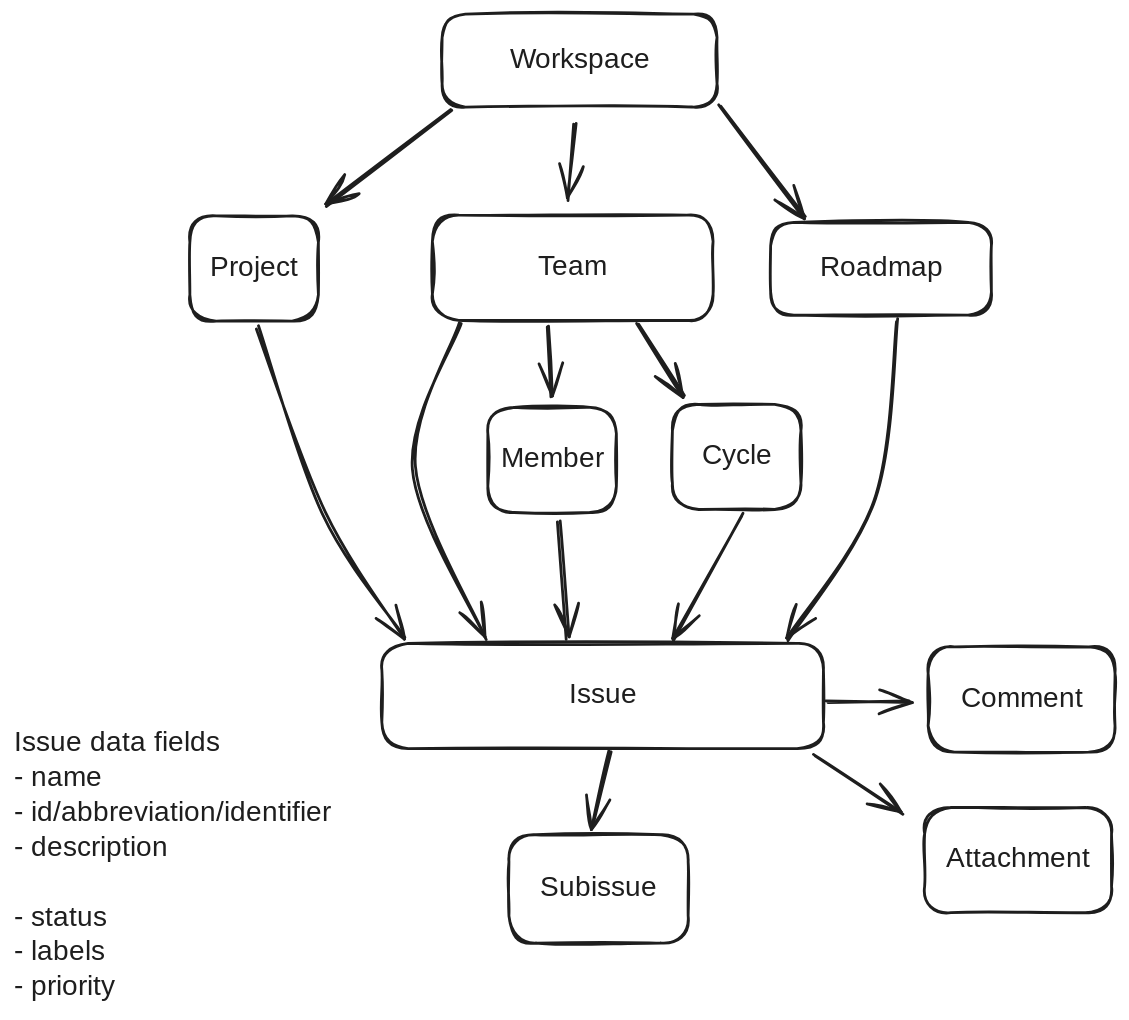
Earlier version of the Excalidraw export docs/arch/linear.excalidraw.svg (david1gp/ralph). Source tidied: one line per element, renumbered; positions are measured from the earlier drawing's top-left corner, leaving out a move shared by most shapes. The source it was exported from:
```json
{"id": 0, "type": "rectangle", "strokeColor": "#1e1e1e", "strokeWidth": 2, "roughness": 1, "round": true, "x": 263, "y": 450, "width": 316, "height": 75}
{"id": 1, "type": "text", "text": "Issue", "strokeColor": "#1e1e1e", "strokeWidth": 2, "roughness": 1, "fontSize": 20, "fontFamily": 5, "textAlign": "center", "verticalAlign": "middle", "inside": 0, "x": 393, "y": 475, "width": 54, "height": 25}
{"id": 2, "type": "rectangle", "strokeColor": "#1e1e1e", "strokeWidth": 2, "roughness": 1, "round": true, "x": 354, "y": 586, "width": 128, "height": 77}
{"id": 3, "type": "text", "text": "Subissue", "strokeColor": "#1e1e1e", "strokeWidth": 2, "roughness": 1, "fontSize": 20, "fontFamily": 5, "textAlign": "center", "verticalAlign": "middle", "inside": 2, "x": 376, "y": 612, "width": 83, "height": 25}
{"id": 4, "type": "rectangle", "strokeColor": "#1e1e1e", "strokeWidth": 2, "roughness": 1, "round": true, "x": 299, "y": 144, "width": 201, "height": 75}
{"id": 5, "type": "text", "text": "Team", "strokeColor": "#1e1e1e", "strokeWidth": 2, "roughness": 1, "fontSize": 20, "fontFamily": 5, "textAlign": "center", "verticalAlign": "middle", "inside": 4, "x": 374, "y": 169, "width": 51, "height": 25}
{"id": 6, "type": "rectangle", "strokeColor": "#1e1e1e", "strokeWidth": 2, "roughness": 1, "round": true, "x": 126, "y": 144, "width": 92, "height": 75}
{"id": 7, "type": "text", "text": "Project", "strokeColor": "#1e1e1e", "strokeWidth": 2, "roughness": 1, "fontSize": 20, "fontFamily": 5, "textAlign": "center", "verticalAlign": "middle", "inside": 6, "x": 136, "y": 169, "width": 72, "height": 25}
{"id": 8, "type": "rectangle", "strokeColor": "#1e1e1e", "strokeWidth": 2, "roughness": 1, "round": true, "x": 470, "y": 279, "width": 92, "height": 75}
{"id": 9, "type": "text", "text": "Cycle", "strokeColor": "#1e1e1e", "strokeWidth": 2, "roughness": 1, "fontSize": 20, "fontFamily": 5, "textAlign": "center", "verticalAlign": "middle", "inside": 8, "x": 492, "y": 304, "width": 48, "height": 25}
{"id": 10, "type": "rectangle", "strokeColor": "#1e1e1e", "strokeWidth": 2, "roughness": 1, "round": true, "x": 306, "y": 0, "width": 196, "height": 66}
{"id": 11, "type": "text", "text": "Workspace", "strokeColor": "#1e1e1e", "strokeWidth": 2, "roughness": 1, "fontSize": 20, "fontFamily": 5, "textAlign": "center", "verticalAlign": "middle", "inside": 10, "x": 354, "y": 21, "width": 100, "height": 25}
{"id": 12, "type": "rectangle", "strokeColor": "#1e1e1e", "strokeWidth": 2, "roughness": 1, "round": true, "x": 541, "y": 149, "width": 158, "height": 66}
{"id": 13, "type": "text", "text": "Roadmap", "strokeColor": "#1e1e1e", "strokeWidth": 2, "roughness": 1, "fontSize": 20, "fontFamily": 5, "textAlign": "center", "verticalAlign": "middle", "inside": 12, "x": 577, "y": 169, "width": 86, "height": 25}
{"id": 14, "type": "rectangle", "strokeColor": "#1e1e1e", "strokeWidth": 2, "roughness": 1, "round": true, "x": 339, "y": 281, "width": 92, "height": 75}
{"id": 15, "type": "text", "text": "Member", "strokeColor": "#1e1e1e", "strokeWidth": 2, "roughness": 1, "fontSize": 20, "fontFamily": 5, "textAlign": "center", "verticalAlign": "middle", "inside": 14, "x": 350, "y": 306, "width": 69, "height": 25}
{"id": 16, "type": "arrow", "strokeColor": "#1e1e1e", "strokeWidth": 2, "roughness": 1, "endArrowhead": "arrow", "round": true, "from": 0, "to": 2, "x": 427, "y": 527, "width": 14, "height": 56, "points": [[0, 0], [-14, 56]]}
{"id": 17, "type": "arrow", "strokeColor": "#1e1e1e", "strokeWidth": 2, "roughness": 1, "endArrowhead": "arrow", "round": true, "from": 10, "to": 6, "x": 312, "y": 68, "width": 90, "height": 69, "points": [[0, 0], [-90, 69]]}
{"id": 18, "type": "arrow", "strokeColor": "#1e1e1e", "strokeWidth": 2, "roughness": 1, "endArrowhead": "arrow", "round": true, "from": 10, "to": 4, "x": 401, "y": 78, "width": 6, "height": 55, "points": [[0, 0], [-6, 55]]}
{"id": 19, "type": "arrow", "strokeColor": "#1e1e1e", "strokeWidth": 2, "roughness": 1, "endArrowhead": "arrow", "round": true, "from": 10, "to": 12, "x": 505, "y": 66, "width": 60, "height": 78, "points": [[0, 0], [60, 78]]}
{"id": 20, "type": "arrow", "strokeColor": "#1e1e1e", "strokeWidth": 2, "roughness": 1, "endArrowhead": "arrow", "round": true, "from": 4, "to": 14, "x": 381, "y": 223, "width": 3, "height": 50, "points": [[0, 0], [3, 50]]}
{"id": 21, "type": "arrow", "strokeColor": "#1e1e1e", "strokeWidth": 2, "roughness": 1, "endArrowhead": "arrow", "round": true, "from": 4, "to": 8, "x": 446, "y": 221, "width": 33, "height": 52, "points": [[0, 0], [33, 52]]}
{"id": 22, "type": "arrow", "strokeColor": "#1e1e1e", "strokeWidth": 2, "roughness": 1, "endArrowhead": "arrow", "round": true, "from": 6, "to": 0, "x": 175, "y": 223, "width": 104, "height": 222, "points": [[0, 0], [47, 133], [104, 222]]}
{"id": 23, "type": "arrow", "strokeColor": "#1e1e1e", "strokeWidth": 2, "roughness": 1, "endArrowhead": "arrow", "round": true, "from": 4, "to": 0, "x": 319, "y": 221, "width": 52, "height": 225, "points": [[0, 0], [-34, 104], [18, 225]]}
{"id": 24, "type": "arrow", "strokeColor": "#1e1e1e", "strokeWidth": 2, "roughness": 1, "endArrowhead": "arrow", "round": true, "from": 12, "to": 0, "x": 630, "y": 218, "width": 77, "height": 228, "points": [[0, 0], [-15, 129], [-77, 228]]}
{"id": 25, "type": "arrow", "strokeColor": "#1e1e1e", "strokeWidth": 2, "roughness": 1, "endArrowhead": "arrow", "round": true, "from": 8, "to": 0, "x": 520, "y": 358, "width": 50, "height": 89, "points": [[0, 0], [-50, 89]]}
{"id": 26, "type": "arrow", "strokeColor": "#1e1e1e", "strokeWidth": 2, "roughness": 1, "endArrowhead": "arrow", "round": true, "from": 14, "to": 0, "x": 389, "y": 362, "width": 7, "height": 84, "points": [[0, 0], [7, 84]]}
{"id": 27, "type": "rectangle", "strokeColor": "#1e1e1e", "strokeWidth": 2, "roughness": 1, "round": true, "x": 653, "y": 452, "width": 134, "height": 75}
{"id": 28, "type": "text", "text": "Comment", "strokeColor": "#1e1e1e", "strokeWidth": 2, "roughness": 1, "fontSize": 20, "fontFamily": 5, "textAlign": "center", "verticalAlign": "middle", "inside": 27, "x": 678, "y": 477, "width": 83, "height": 25}
{"id": 29, "type": "arrow", "strokeColor": "#1e1e1e", "strokeWidth": 2, "roughness": 1, "endArrowhead": "arrow", "round": true, "from": 0, "to": 27, "x": 582, "y": 492, "width": 58, "height": 1, "points": [[0, 0], [58, -1]]}
{"id": 30, "type": "rectangle", "strokeColor": "#1e1e1e", "strokeWidth": 2, "roughness": 1, "round": true, "x": 651, "y": 567, "width": 134, "height": 75}
{"id": 31, "type": "text", "text": "Attachment", "strokeColor": "#1e1e1e", "strokeWidth": 2, "roughness": 1, "fontSize": 20, "fontFamily": 5, "textAlign": "center", "verticalAlign": "middle", "inside": 30, "x": 660, "y": 592, "width": 114, "height": 25}
{"id": 32, "type": "arrow", "strokeColor": "#1e1e1e", "strokeWidth": 2, "roughness": 1, "endArrowhead": "arrow", "round": true, "from": 0, "to": 30, "x": 572, "y": 530, "width": 64, "height": 41, "points": [[0, 0], [64, 41]]}
{"id": 33, "type": "text", "text": "Issue data fields\n- name\n- id/abbreviation/identifier\n- description\n\n- status\n- labels\n- priority", "strokeColor": "#1e1e1e", "strokeWidth": 2, "roughness": 1, "fontSize": 20, "fontFamily": 5, "x": 0, "y": 509, "width": 260, "height": 200}
```
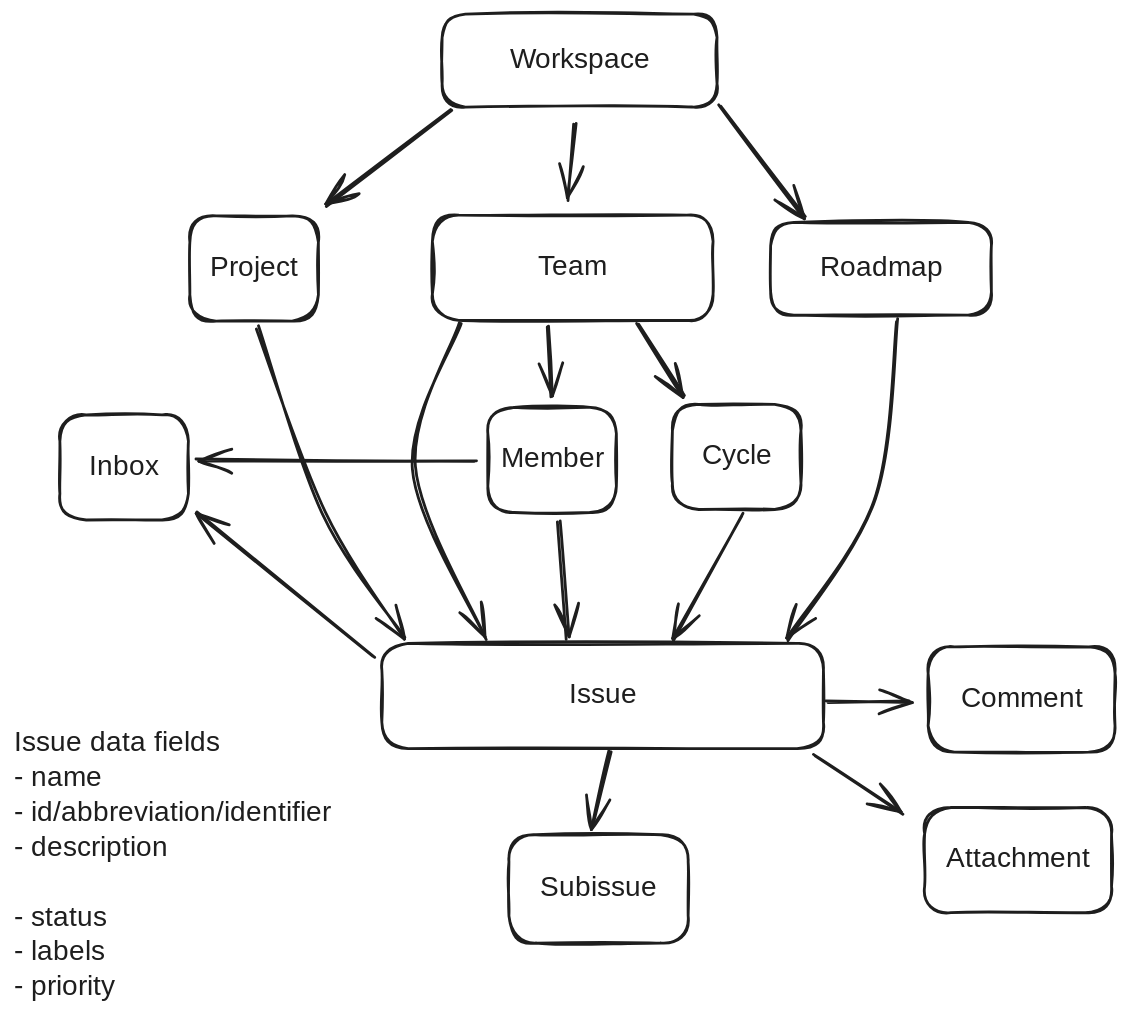
Above is the later version.

Commit message:
doc(arch): add inbox/notification

Diff of the diagram source:
```diff
@@ -32,3 +32,7 @@
 {"id": 31, "type": "text", "text": "Attachment", "strokeColor": "#1e1e1e", "strokeWidth": 2, "roughness": 1, "fontSize": 20, "fontFamily": 5, "textAlign": "center", "verticalAlign": "middle", "inside": 30, "x": 660, "y": 592, "width": 114, "height": 25}
 {"id": 32, "type": "arrow", "strokeColor": "#1e1e1e", "strokeWidth": 2, "roughness": 1, "endArrowhead": "arrow", "round": true, "from": 0, "to": 30, "x": 572, "y": 530, "width": 64, "height": 41, "points": [[0, 0], [64, 41]]}
 {"id": 33, "type": "text", "text": "Issue data fields\n- name\n- id/abbreviation/identifier\n- description\n\n- status\n- labels\n- priority", "strokeColor": "#1e1e1e", "strokeWidth": 2, "roughness": 1, "fontSize": 20, "fontFamily": 5, "x": 0, "y": 509, "width": 260, "height": 200}
+{"id": 34, "type": "rectangle", "strokeColor": "#1e1e1e", "strokeWidth": 2, "roughness": 1, "round": true, "x": 33, "y": 286, "width": 92, "height": 75}
+{"id": 35, "type": "text", "text": "Inbox", "strokeColor": "#1e1e1e", "strokeWidth": 2, "roughness": 1, "fontSize": 20, "fontFamily": 5, "textAlign": "center", "verticalAlign": "middle", "inside": 34, "x": 51, "y": 311, "width": 56, "height": 25}
+{"id": 36, "type": "arrow", "strokeColor": "#1e1e1e", "strokeWidth": 2, "roughness": 1, "endArrowhead": "arrow", "round": true, "from": 0, "to": 34, "x": 258, "y": 459, "width": 128, "height": 102, "points": [[0, 0], [-128, -102]]}
+{"id": 37, "type": "arrow", "strokeColor": "#1e1e1e", "strokeWidth": 2, "roughness": 1, "endArrowhead": "arrow", "round": true, "from": 14, "to": 34, "x": 330, "y": 319, "width": 199, "height": 1, "points": [[0, 0], [-199, -1]]}
```
